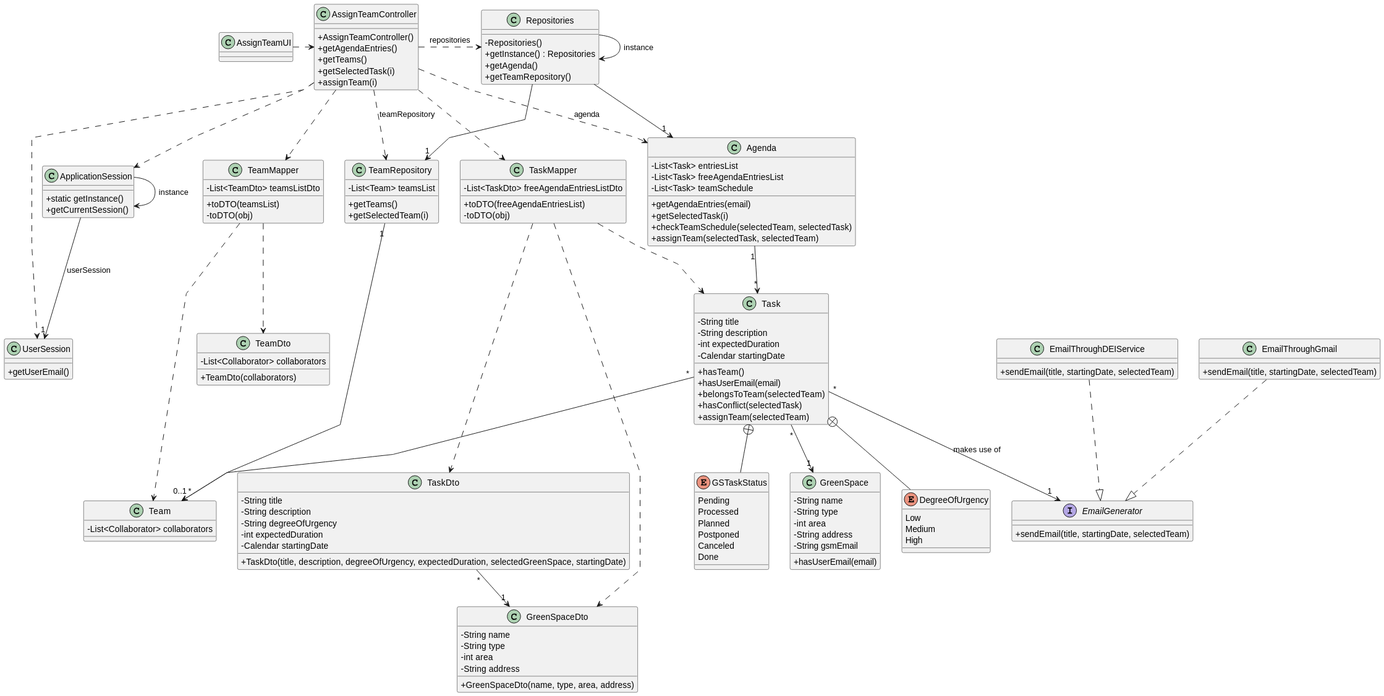
This is docs/sprintC/us023/03.design/svg/us023-class-diagram.svg from Departamento-de-Engenharia-Informatica/lei-24-s2-1dm-g132, a PlantUML export, as it was before one commit.
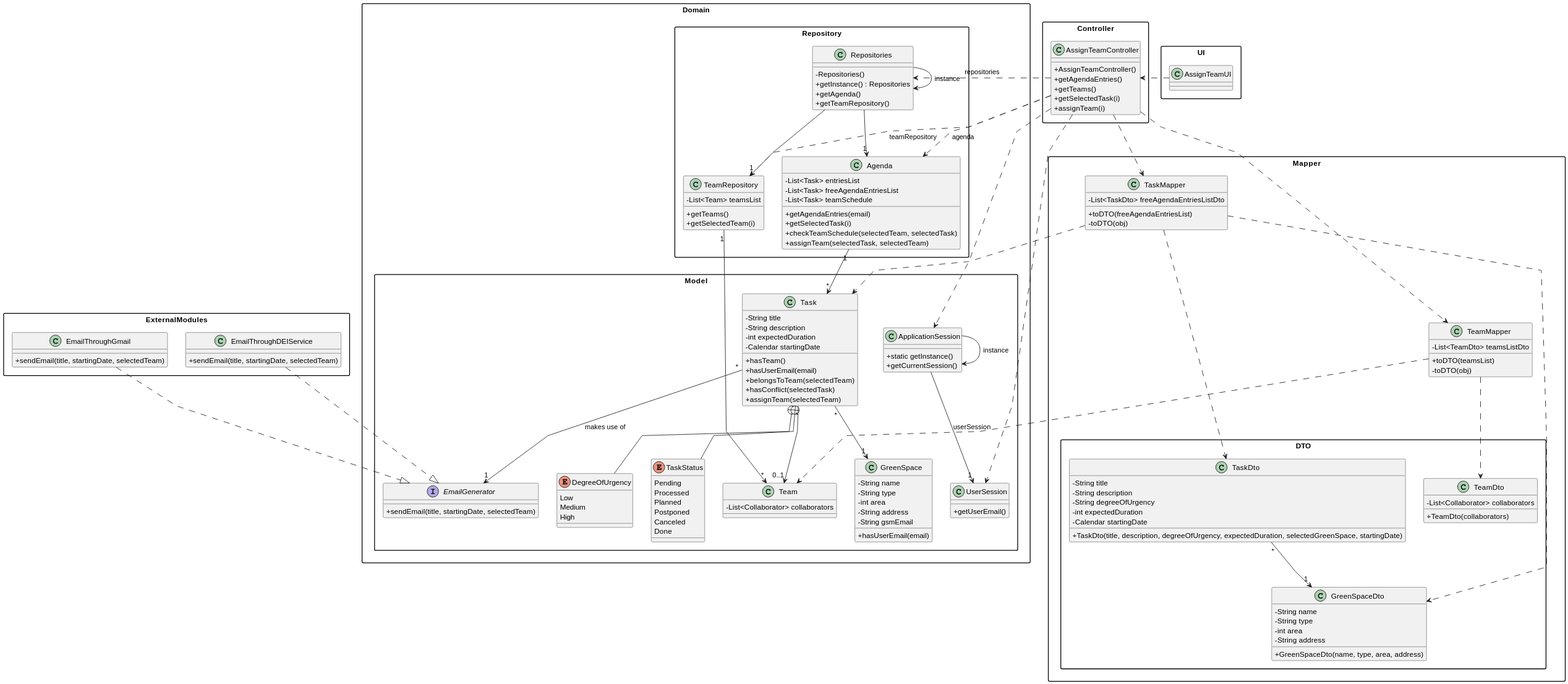
Later version of the same file.

Commit message:
US23 class diagram update

Change to the diagram source:
```diff
@@ -6,11 +6,14 @@
 skinparam classAttributeIconSize 0
 
 
+Package UI {
 class AssignTeamUI
 {
 
 }
+}
 
+Package Controller {
 class AssignTeamController
 {
     + AssignTeamController()
@@ -19,24 +22,16 @@
     + getSelectedTask(i)
     + assignTeam(i)
 }
-
-class ApplicationSession
-{
-    + static getInstance()
-    + getCurrentSession()
 }
 
+Package Domain{
+Package Repository{
 class Repositories
 {
     - Repositories()
     + getInstance() : Repositories
     + getAgenda()
     + getTeamRepository()
-}
-
-class UserSession
-{
-    + getUserEmail()
 }
 
 class Agenda
@@ -50,30 +45,39 @@
     + assignTeam(selectedTask, selectedTeam)
 }
 
-class TaskMapper
+class TeamRepository
 {
-    - List<TaskDto> freeAgendaEntriesListDto
-    + toDTO(freeAgendaEntriesList)
-    - toDTO(obj)
+    - List<Team> teamsList
+    + getTeams()
+    + getSelectedTeam(i)
+}
 }
 
-class TaskDto
+Package Model {
+class ApplicationSession
 {
-    - String title
-    - String description
-    - String degreeOfUrgency
-    - int expectedDuration
-    - Calendar startingDate
-    + TaskDto(title, description, degreeOfUrgency, expectedDuration, selectedGreenSpace, startingDate)
+    + static getInstance()
+    + getCurrentSession()
 }
 
-class GreenSpaceDto
+class UserSession
+{
+    + getUserEmail()
+}
+
+class Team
+{
+    - List<Collaborator> collaborators
+}
+
+class GreenSpace
 {
     - String name
     - String type
     - int area
     - String address
-    + GreenSpaceDto(name, type, area, address)
+    - String gsmEmail
+    + hasUserEmail(email)
 }
 
 class Task
@@ -96,7 +100,7 @@
     High
 }
 
-enum GSTaskStatus
+enum TaskStatus
 {
     Pending
     Processed
@@ -106,11 +110,19 @@
     Done
 }
 
-class TeamRepository
+interface EmailGenerator
 {
-    - List<Team> teamsList
-    + getTeams()
-    + getSelectedTeam(i)
+    + sendEmail(title, startingDate, selectedTeam)
+}
+}
+}
+
+Package Mapper {
+class TaskMapper
+{
+    - List<TaskDto> freeAgendaEntriesListDto
+    + toDTO(freeAgendaEntriesList)
+    - toDTO(obj)
 }
 
 class TeamMapper
@@ -120,32 +132,35 @@
     - toDTO(obj)
 }
 
+Package DTO {
+class TaskDto
+{
+    - String title
+    - String description
+    - String degreeOfUrgency
+    - int expectedDuration
+    - Calendar startingDate
+    + TaskDto(title, description, degreeOfUrgency, expectedDuration, selectedGreenSpace, startingDate)
+}
+
+class GreenSpaceDto
+{
+    - String name
+    - String type
+    - int area
+    - String address
+    + GreenSpaceDto(name, type, area, address)
+}
+
 class TeamDto
 {
     - List<Collaborator> collaborators
     + TeamDto(collaborators)
 }
-
-class Team
-{
-    - List<Collaborator> collaborators
+}
 }
 
-class GreenSpace
-{
-    - String name
-    - String type
-    - int area
-    - String address
-    - String gsmEmail
-    + hasUserEmail(email)
-}
-
-interface EmailGenerator
-{
-    + sendEmail(title, startingDate, selectedTeam)
-}
-
+Package ExternalModules{
 class EmailThroughGmail
 {
     + sendEmail(title, startingDate, selectedTeam)
@@ -155,9 +170,10 @@
 {
     + sendEmail(title, startingDate, selectedTeam)
 }
+}
 
 Task +-- DegreeOfUrgency
-Task +-- GSTaskStatus
+Task +-- TaskStatus
 
 Repositories -> Repositories : instance
 ApplicationSession -> ApplicationSession : instance
```
